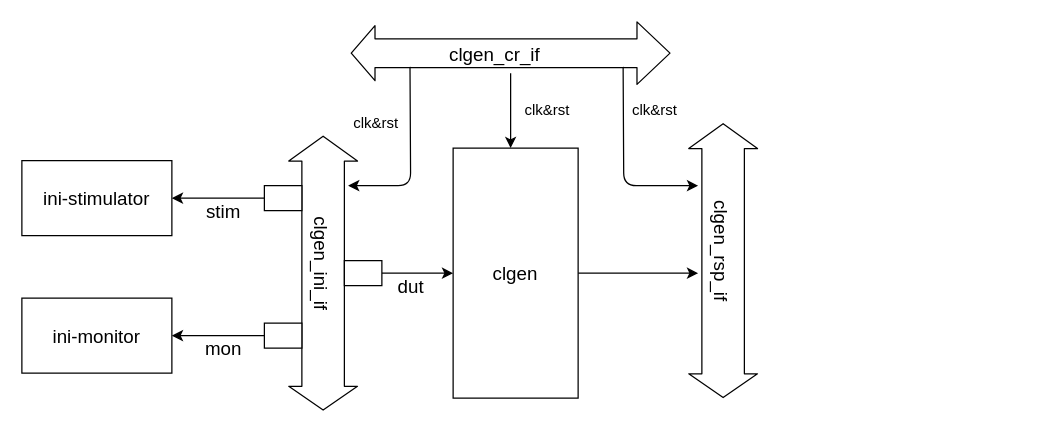
Earlier version of the draw.io diagram spi_clgen验证.drawio (ghr12345/firsttest). Source tidied: cells renumbered, new cells numbered last; positions are measured from the earlier drawing's top-left corner, leaving out a move shared by most shapes. Both pictures are drawn from the tidied source at 125%, with x=0, y=0 at pixel (21, 52).
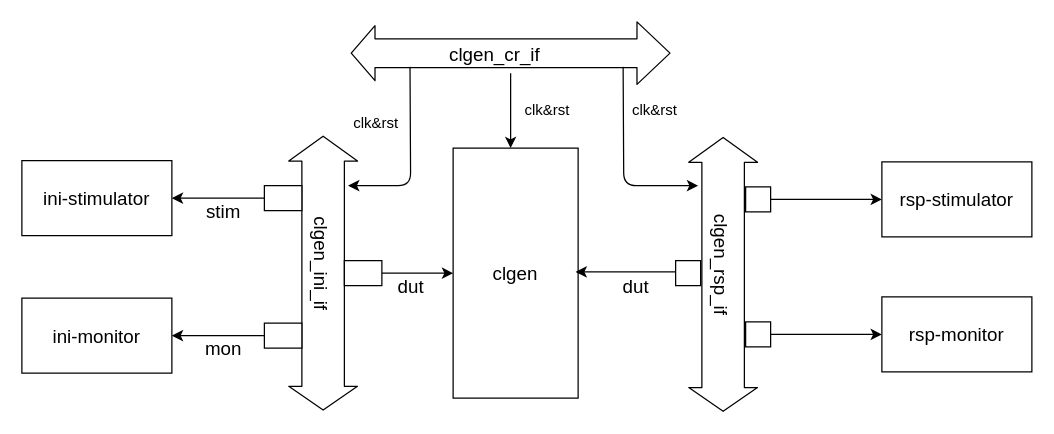
The same page after the edit.

The change refers to these unchanged cells:
```xml
<mxCell id="3" value="&lt;font style=&quot;font-size: 15px&quot;&gt;clgen&lt;/font&gt;" style="rounded=0;whiteSpace=wrap;html=1;" parent="1" vertex="1">
  <mxGeometry x="345" y="76" width="100" height="200" as="geometry" />
</mxCell>
```

What changed in the source:
```diff
@@
-    <mxCell id="2" style="edgeStyle=orthogonalEdgeStyle;rounded=0;jettySize=auto;html=1;exitX=1;exitY=0.5;exitDx=0;exitDy=0;fontSize=15;" parent="1" edge="1" source="3">
-      <mxGeometry relative="1" as="geometry">
-        <mxPoint x="541" y="176" as="targetPoint" />
-      </mxGeometry>
-    </mxCell>
@@
     <mxCell id="19" style="shape=flexArrow;endArrow=classic;startArrow=classic;html=1;width=34;endSize=6.27;" parent="1" edge="1">
       <mxGeometry relative="1" as="geometry">
-        <mxPoint x="561" y="276" as="sourcePoint" />
-        <mxPoint x="561" y="56" as="targetPoint" />
+        <mxPoint x="561" y="287" as="sourcePoint" />
+        <mxPoint x="561" y="67" as="targetPoint" />
       </mxGeometry>
     </mxCell>
@@
+    <mxCell id="27" style="rounded=0;whiteSpace=wrap;html=1;fontSize=12;" parent="1" vertex="1">
+      <mxGeometry x="523" y="166" width="20" height="20" as="geometry" />
+    </mxCell>
+    <mxCell id="28" style="edgeStyle=orthogonalEdgeStyle;rounded=0;jettySize=auto;html=1;entryX=0;entryY=0.5;entryDx=0;entryDy=0;fontSize=12;" parent="1" edge="1" source="29" target="34">
+      <mxGeometry relative="1" as="geometry" />
+    </mxCell>
+    <mxCell id="29" style="rounded=0;whiteSpace=wrap;html=1;fontSize=12;" parent="1" vertex="1">
+      <mxGeometry x="579" y="107" width="20" height="20" as="geometry" />
+    </mxCell>
+    <mxCell id="30" style="edgeStyle=orthogonalEdgeStyle;rounded=0;jettySize=auto;html=1;entryX=0;entryY=0.5;entryDx=0;entryDy=0;fontSize=12;" parent="1" edge="1" source="31" target="35">
+      <mxGeometry relative="1" as="geometry" />
+    </mxCell>
+    <mxCell id="31" style="rounded=0;whiteSpace=wrap;html=1;fontSize=12;" parent="1" vertex="1">
+      <mxGeometry x="579" y="215" width="20" height="20" as="geometry" />
+    </mxCell>
+    <mxCell id="32" style="endArrow=classic;html=1;fontSize=12;" parent="1" edge="1">
+      <mxGeometry relative="1" as="geometry">
+        <mxPoint x="523" y="175" as="sourcePoint" />
+        <mxPoint x="443" y="175" as="targetPoint" />
+      </mxGeometry>
+    </mxCell>
+    <mxCell id="33" value="dut" style="text;html=1;align=center;verticalAlign=middle;fontSize=15;" parent="1" vertex="1">
+      <mxGeometry x="471" y="176" width="40" height="20" as="geometry" />
+    </mxCell>
+    <mxCell id="34" value="rsp-stimulator" style="rounded=0;whiteSpace=wrap;html=1;fontSize=15;" parent="1" vertex="1">
+      <mxGeometry x="688" y="87" width="120" height="60" as="geometry" />
+    </mxCell>
+    <mxCell id="35" value="rsp-monitor" style="rounded=0;whiteSpace=wrap;html=1;fontSize=15;" parent="1" vertex="1">
+      <mxGeometry x="688" y="195" width="120" height="60" as="geometry" />
+    </mxCell>
```
